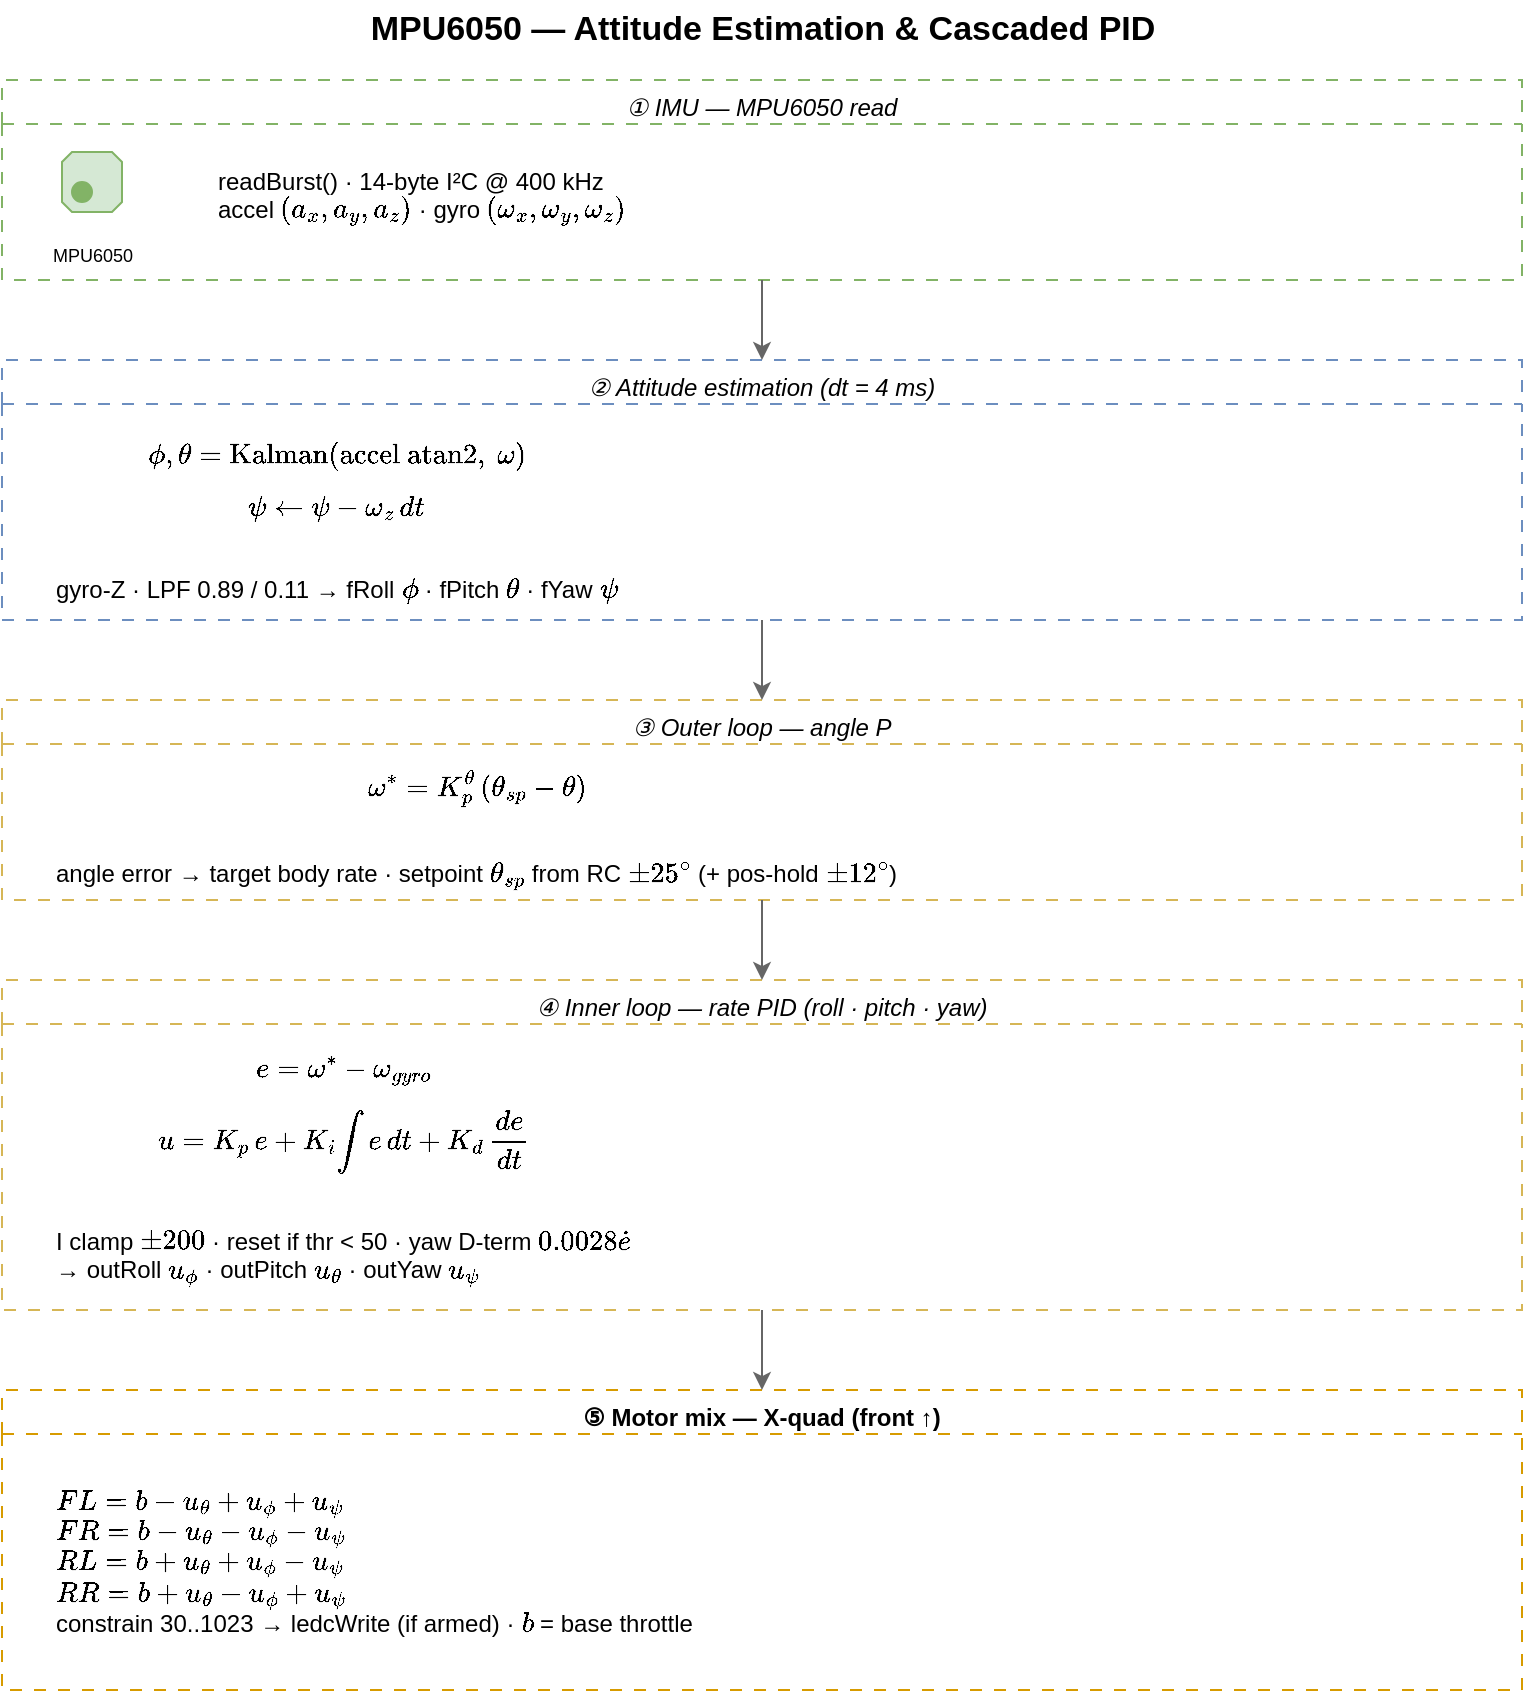
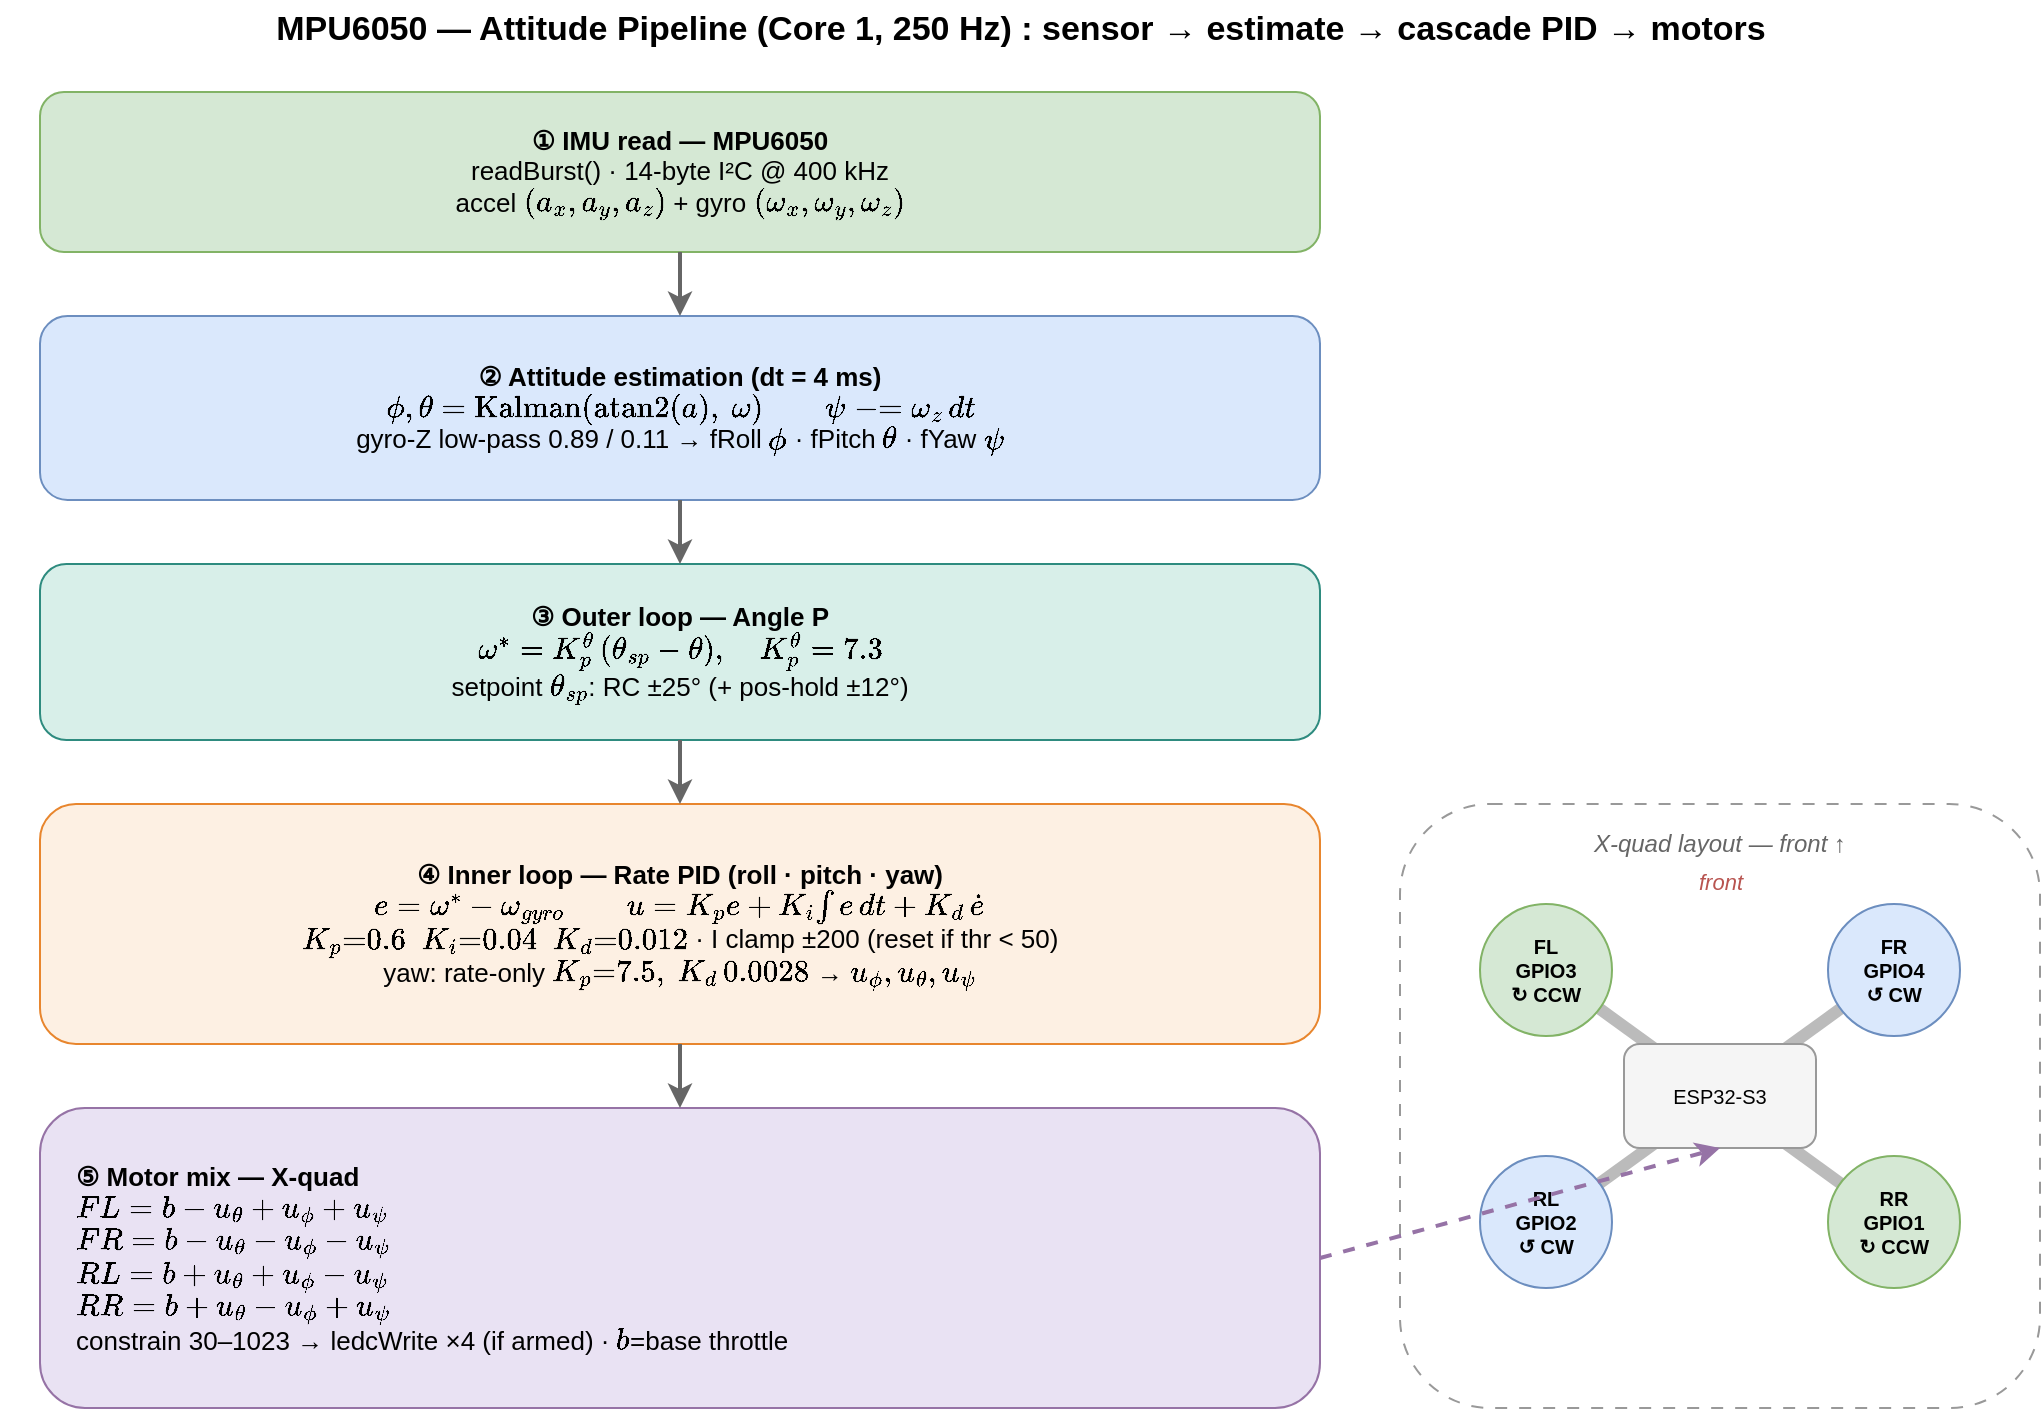
<?xml version="1.0" encoding="UTF-8"?>
<mxfile host="drawio" version="26.0.0">
  <diagram name="MPU6050-Algorithm">
-     <mxGraphModel dx="1000" dy="900" grid="1" gridSize="10" guides="1" tooltips="1" connect="1" arrows="1" fold="1" page="1" pageScale="1" math="1" shadow="0">
+     <mxGraphModel dx="1400" dy="900" grid="1" gridSize="10" guides="1" tooltips="1" connect="1" arrows="1" fold="1" page="1" pageScale="1" math="1" shadow="0">
      <root>
        <mxCell id="0" />
        <mxCell id="1" parent="0" />

-         <mxCell id="ttl" value="MPU6050 — Attitude Estimation &amp; Cascaded PID" style="text;html=1;align=center;verticalAlign=middle;fontStyle=1;fontSize=17;" vertex="1" parent="1">
-           <mxGeometry x="100" y="20" width="760" height="30" as="geometry" />
+         <mxCell id="ttl" value="MPU6050 — Attitude Pipeline (Core 1, 250 Hz) : sensor → estimate → cascade PID → motors" style="text;html=1;align=center;verticalAlign=middle;fontStyle=1;fontSize=17;" vertex="1" parent="1">
+           <mxGeometry x="60" y="18" width="1020" height="30" as="geometry" />
        </mxCell>

-         <!-- 1. IMU read -->
-         <mxCell id="cardRead" value="① IMU — MPU6050 read" style="swimlane;startSize=22;html=1;whiteSpace=wrap;fillColor=none;strokeColor=#82b366;dashed=1;dashPattern=6 6;fontSize=12;fontStyle=2;verticalAlign=top;align=center;" vertex="1" parent="1">
-           <mxGeometry x="100" y="60" width="760" height="100" as="geometry" />
-         </mxCell>
-         <mxCell id="readIC" value="MPU6050" style="shadow=0;dashed=0;align=center;html=1;strokeWidth=1;shape=mxgraph.electrical.logic_gates.qfp_ic;fillColor=#d5e8d4;strokeColor=#82b366;fontSize=9;verticalLabelPosition=bottom;verticalAlign=top;" vertex="1" parent="cardRead">
-           <mxGeometry x="20" y="26" width="50" height="50" as="geometry" />
-         </mxCell>
-         <mxCell id="readTxt" value="readBurst() · 14-byte I²C @ 400 kHz&#xa;accel \((a_x,a_y,a_z)\) · gyro \((\omega_x,\omega_y,\omega_z)\)" style="text;html=1;align=left;verticalAlign=middle;fontSize=12;spacingLeft=6;" vertex="1" parent="cardRead">
-           <mxGeometry x="100" y="30" width="640" height="55" as="geometry" />
+         <!-- ① IMU read -->
+         <mxCell id="s1" value="&lt;b&gt;①  IMU read — MPU6050&lt;/b&gt;&#xa;readBurst() · 14-byte I²C @ 400 kHz&#xa;accel \((a_x,a_y,a_z)\) + gyro \((\omega_x,\omega_y,\omega_z)\)" style="rounded=1;whiteSpace=wrap;html=1;fillColor=#d5e8d4;strokeColor=#82b366;fontSize=13;align=center;verticalAlign=middle;" vertex="1" parent="1">
+           <mxGeometry x="80" y="64" width="640" height="80" as="geometry" />
        </mxCell>

-         <!-- 2. Attitude estimation -->
-         <mxCell id="cardAtt" value="② Attitude estimation  (dt = 4 ms)" style="swimlane;startSize=22;html=1;whiteSpace=wrap;fillColor=none;strokeColor=#6c8ebf;dashed=1;dashPattern=6 6;fontSize=12;fontStyle=2;verticalAlign=top;align=center;" vertex="1" parent="1">
-           <mxGeometry x="100" y="200" width="760" height="130" as="geometry" />
-         </mxCell>
-         <mxCell id="attTxt" value="\[\phi,\theta = \mathrm{Kalman}(\text{accel atan2},\ \omega)\]\[\psi \leftarrow \psi - \omega_z\,dt\]&#xa;gyro-Z · LPF 0.89 / 0.11   &#8594;   fRoll \(\phi\) · fPitch \(\theta\) · fYaw \(\psi\)" style="text;html=1;align=left;verticalAlign=middle;fontSize=12;spacingLeft=10;" vertex="1" parent="cardAtt">
-           <mxGeometry x="15" y="26" width="730" height="98" as="geometry" />
+         <!-- ② Attitude -->
+         <mxCell id="s2" value="&lt;b&gt;②  Attitude estimation  (dt = 4 ms)&lt;/b&gt;&#xa;\(\phi,\theta = \mathrm{Kalman}(\mathrm{atan2}(a),\ \omega)\qquad \psi \mathrel{-}= \omega_z\,dt\)&#xa;gyro-Z low-pass 0.89 / 0.11  →  fRoll \(\phi\) · fPitch \(\theta\) · fYaw \(\psi\)" style="rounded=1;whiteSpace=wrap;html=1;fillColor=#dae8fc;strokeColor=#6c8ebf;fontSize=13;align=center;verticalAlign=middle;" vertex="1" parent="1">
+           <mxGeometry x="80" y="176" width="640" height="92" as="geometry" />
        </mxCell>

-         <!-- 3. Outer loop -->
-         <mxCell id="cardOuter" value="③ Outer loop — angle P" style="swimlane;startSize=22;html=1;whiteSpace=wrap;fillColor=none;strokeColor=#d6b656;dashed=1;dashPattern=6 6;fontSize=12;fontStyle=2;verticalAlign=top;align=center;" vertex="1" parent="1">
-           <mxGeometry x="100" y="370" width="760" height="100" as="geometry" />
-         </mxCell>
-         <mxCell id="outTxt" value="\[\omega^{*} = K_p^{\theta}\,(\theta_{sp} - \theta)\]&#xa;angle error &#8594; target body rate · setpoint \(\theta_{sp}\) from RC \(\pm 25^\circ\) (+ pos-hold \(\pm 12^\circ\))" style="text;html=1;align=left;verticalAlign=middle;fontSize=12;spacingLeft=10;" vertex="1" parent="cardOuter">
-           <mxGeometry x="15" y="26" width="730" height="66" as="geometry" />
+         <!-- ③ Outer -->
+         <mxCell id="s3" value="&lt;b&gt;③  Outer loop — Angle P&lt;/b&gt;&#xa;\(\omega^{*} = K_p^{\theta}\,(\theta_{sp} - \theta),\quad K_p^{\theta}=7.3\)&#xa;setpoint \(\theta_{sp}\): RC ±25° (+ pos-hold ±12°)" style="rounded=1;whiteSpace=wrap;html=1;fillColor=#d8efe9;strokeColor=#2E8B7F;fontSize=13;align=center;verticalAlign=middle;" vertex="1" parent="1">
+           <mxGeometry x="80" y="300" width="640" height="88" as="geometry" />
        </mxCell>

-         <!-- 4. Inner loop -->
-         <mxCell id="cardInner" value="④ Inner loop — rate PID  (roll · pitch · yaw)" style="swimlane;startSize=22;html=1;whiteSpace=wrap;fillColor=none;strokeColor=#d6b656;dashed=1;dashPattern=6 6;fontSize=12;fontStyle=2;verticalAlign=top;align=center;" vertex="1" parent="1">
-           <mxGeometry x="100" y="510" width="760" height="165" as="geometry" />
-         </mxCell>
-         <mxCell id="inTxt" value="\[e = \omega^{*} - \omega_{gyro}\]\[u = K_p\,e + K_i\!\int e\,dt + K_d\,\dfrac{de}{dt}\]&#xa;I clamp \(\pm 200\) · reset if thr &lt; 50 · yaw D-term \(0.0028\dot e\)&#xa;&#8594; outRoll \(u_\phi\) · outPitch \(u_\theta\) · outYaw \(u_\psi\)" style="text;html=1;align=left;verticalAlign=middle;fontSize=12;spacingLeft=10;" vertex="1" parent="cardInner">
-           <mxGeometry x="15" y="24" width="730" height="130" as="geometry" />
+         <!-- ④ Inner -->
+         <mxCell id="s4" value="&lt;b&gt;④  Inner loop — Rate PID  (roll · pitch · yaw)&lt;/b&gt;&#xa;\(e = \omega^{*} - \omega_{gyro}\qquad u = K_p e + K_i\!\int e\,dt + K_d\,\dot e\)&#xa;\(K_p{=}0.6\ \ K_i{=}0.04\ \ K_d{=}0.012\) · I clamp ±200 (reset if thr &lt; 50)&#xa;yaw: rate-only \(K_p{=}7.5,\ K_d\,0.0028\)  →  \(u_\phi, u_\theta, u_\psi\)" style="rounded=1;whiteSpace=wrap;html=1;fillColor=#fdf0e3;strokeColor=#E8862E;fontSize=13;align=center;verticalAlign=middle;" vertex="1" parent="1">
+           <mxGeometry x="80" y="420" width="640" height="120" as="geometry" />
        </mxCell>

-         <!-- 5. Motor mix -->
-         <mxCell id="cardMix" value="⑤ Motor mix — X-quad  (front ↑)" style="swimlane;startSize=22;html=1;whiteSpace=wrap;fillColor=none;strokeColor=#d79b00;dashed=1;dashPattern=6 6;fontSize=12;fontStyle=1;verticalAlign=top;align=center;" vertex="1" parent="1">
-           <mxGeometry x="100" y="715" width="760" height="150" as="geometry" />
-         </mxCell>
-         <mxCell id="mixTxt" value="\(FL = b - u_\theta + u_\phi + u_\psi\)&#xa;\(FR = b - u_\theta - u_\phi - u_\psi\)&#xa;\(RL = b + u_\theta + u_\phi - u_\psi\)&#xa;\(RR = b + u_\theta - u_\phi + u_\psi\)&#xa;constrain 30..1023 &#8594; ledcWrite (if armed) · \(b\) = base throttle" style="text;html=1;align=left;verticalAlign=middle;fontSize=12;spacingLeft=10;" vertex="1" parent="cardMix">
-           <mxGeometry x="15" y="28" width="730" height="115" as="geometry" />
+         <!-- ⑤ Motor mix -->
+         <mxCell id="s5" value="&lt;b&gt;⑤  Motor mix — X-quad&lt;/b&gt;&#xa;\(FL = b - u_\theta + u_\phi + u_\psi\)&#xa;\(FR = b - u_\theta - u_\phi - u_\psi\)&#xa;\(RL = b + u_\theta + u_\phi - u_\psi\)&#xa;\(RR = b + u_\theta - u_\phi + u_\psi\)&#xa;constrain 30–1023 → ledcWrite ×4 (if armed) · \(b\)=base throttle" style="rounded=1;whiteSpace=wrap;html=1;fillColor=#e9e2f3;strokeColor=#9673a6;fontSize=13;align=left;verticalAlign=middle;spacingLeft=16;" vertex="1" parent="1">
+           <mxGeometry x="80" y="572" width="640" height="150" as="geometry" />
        </mxCell>

-         <!-- flow edges -->
-         <mxCell id="e1" style="edgeStyle=orthogonalEdgeStyle;rounded=1;html=1;strokeColor=#666666;exitX=0.5;exitY=1;exitDx=0;exitDy=0;entryX=0.5;entryY=0;entryDx=0;entryDy=0;" edge="1" parent="1" source="cardRead" target="cardAtt"><mxGeometry relative="1" as="geometry" /></mxCell>
-         <mxCell id="e2" style="edgeStyle=orthogonalEdgeStyle;rounded=1;html=1;strokeColor=#666666;exitX=0.5;exitY=1;exitDx=0;exitDy=0;entryX=0.5;entryY=0;entryDx=0;entryDy=0;" edge="1" parent="1" source="cardAtt" target="cardOuter"><mxGeometry relative="1" as="geometry" /></mxCell>
-         <mxCell id="e3" style="edgeStyle=orthogonalEdgeStyle;rounded=1;html=1;strokeColor=#666666;exitX=0.5;exitY=1;exitDx=0;exitDy=0;entryX=0.5;entryY=0;entryDx=0;entryDy=0;" edge="1" parent="1" source="cardOuter" target="cardInner"><mxGeometry relative="1" as="geometry" /></mxCell>
-         <mxCell id="e4" style="edgeStyle=orthogonalEdgeStyle;rounded=1;html=1;strokeColor=#666666;exitX=0.5;exitY=1;exitDx=0;exitDy=0;entryX=0.5;entryY=0;entryDx=0;entryDy=0;" edge="1" parent="1" source="cardInner" target="cardMix"><mxGeometry relative="1" as="geometry" /></mxCell>
+         <!-- flow arrows -->
+         <mxCell id="a1" style="html=1;endArrow=classic;strokeColor=#666666;strokeWidth=2;exitX=0.5;exitY=1;entryX=0.5;entryY=0;" edge="1" parent="1" source="s1" target="s2"><mxGeometry relative="1" as="geometry" /></mxCell>
+         <mxCell id="a2" style="html=1;endArrow=classic;strokeColor=#666666;strokeWidth=2;exitX=0.5;exitY=1;entryX=0.5;entryY=0;" edge="1" parent="1" source="s2" target="s3"><mxGeometry relative="1" as="geometry" /></mxCell>
+         <mxCell id="a3" style="html=1;endArrow=classic;strokeColor=#666666;strokeWidth=2;exitX=0.5;exitY=1;entryX=0.5;entryY=0;" edge="1" parent="1" source="s3" target="s4"><mxGeometry relative="1" as="geometry" /></mxCell>
+         <mxCell id="a4" style="html=1;endArrow=classic;strokeColor=#666666;strokeWidth=2;exitX=0.5;exitY=1;entryX=0.5;entryY=0;" edge="1" parent="1" source="s4" target="s5"><mxGeometry relative="1" as="geometry" /></mxCell>
+ 
+         <!-- ===== X-quad motor layout (right) ===== -->
+         <mxCell id="quadBox" value="X-quad layout — front ↑" style="rounded=1;whiteSpace=wrap;html=1;fillColor=none;strokeColor=#999999;dashed=1;dashPattern=6 6;fontSize=12;fontStyle=2;fontColor=#666666;verticalAlign=top;align=center;spacingTop=6;" vertex="1" parent="1">
+           <mxGeometry x="760" y="420" width="320" height="302" as="geometry" />
+         </mxCell>
+         <mxCell id="arm1" style="html=1;endArrow=none;strokeColor=#bbbbbb;strokeWidth=6;" edge="1" parent="1" source="mFL" target="mRR"><mxGeometry relative="1" as="geometry" /></mxCell>
+         <mxCell id="arm2" style="html=1;endArrow=none;strokeColor=#bbbbbb;strokeWidth=6;" edge="1" parent="1" source="mFR" target="mRL"><mxGeometry relative="1" as="geometry" /></mxCell>
+         <mxCell id="body" value="ESP32-S3" style="rounded=1;whiteSpace=wrap;html=1;fillColor=#f5f5f5;strokeColor=#999999;fontSize=10;" vertex="1" parent="1">
+           <mxGeometry x="872" y="540" width="96" height="52" as="geometry" />
+         </mxCell>
+         <mxCell id="mFL" value="FL&#xa;GPIO3&#xa;↻ CCW" style="ellipse;whiteSpace=wrap;html=1;fillColor=#d5e8d4;strokeColor=#82b366;fontSize=10;fontStyle=1;" vertex="1" parent="1">
+           <mxGeometry x="800" y="470" width="66" height="66" as="geometry" />
+         </mxCell>
+         <mxCell id="mFR" value="FR&#xa;GPIO4&#xa;↺ CW" style="ellipse;whiteSpace=wrap;html=1;fillColor=#dae8fc;strokeColor=#6c8ebf;fontSize=10;fontStyle=1;" vertex="1" parent="1">
+           <mxGeometry x="974" y="470" width="66" height="66" as="geometry" />
+         </mxCell>
+         <mxCell id="mRL" value="RL&#xa;GPIO2&#xa;↺ CW" style="ellipse;whiteSpace=wrap;html=1;fillColor=#dae8fc;strokeColor=#6c8ebf;fontSize=10;fontStyle=1;" vertex="1" parent="1">
+           <mxGeometry x="800" y="596" width="66" height="66" as="geometry" />
+         </mxCell>
+         <mxCell id="mRR" value="RR&#xa;GPIO1&#xa;↻ CCW" style="ellipse;whiteSpace=wrap;html=1;fillColor=#d5e8d4;strokeColor=#82b366;fontSize=10;fontStyle=1;" vertex="1" parent="1">
+           <mxGeometry x="974" y="596" width="66" height="66" as="geometry" />
+         </mxCell>
+         <mxCell id="frontArrow" value="front" style="text;html=1;align=center;fontSize=11;fontStyle=2;fontColor=#b85450;" vertex="1" parent="1">
+           <mxGeometry x="890" y="446" width="60" height="18" as="geometry" />
+         </mxCell>
+         <mxCell id="pipeIn" style="html=1;endArrow=classic;strokeColor=#9673a6;strokeWidth=2;exitX=1;exitY=0.5;entryX=0.5;entryY=1;dashed=1;" edge="1" parent="1" source="s5" target="body"><mxGeometry relative="1" as="geometry" /></mxCell>

      </root>
    </mxGraphModel>
  </diagram>
</mxfile>
